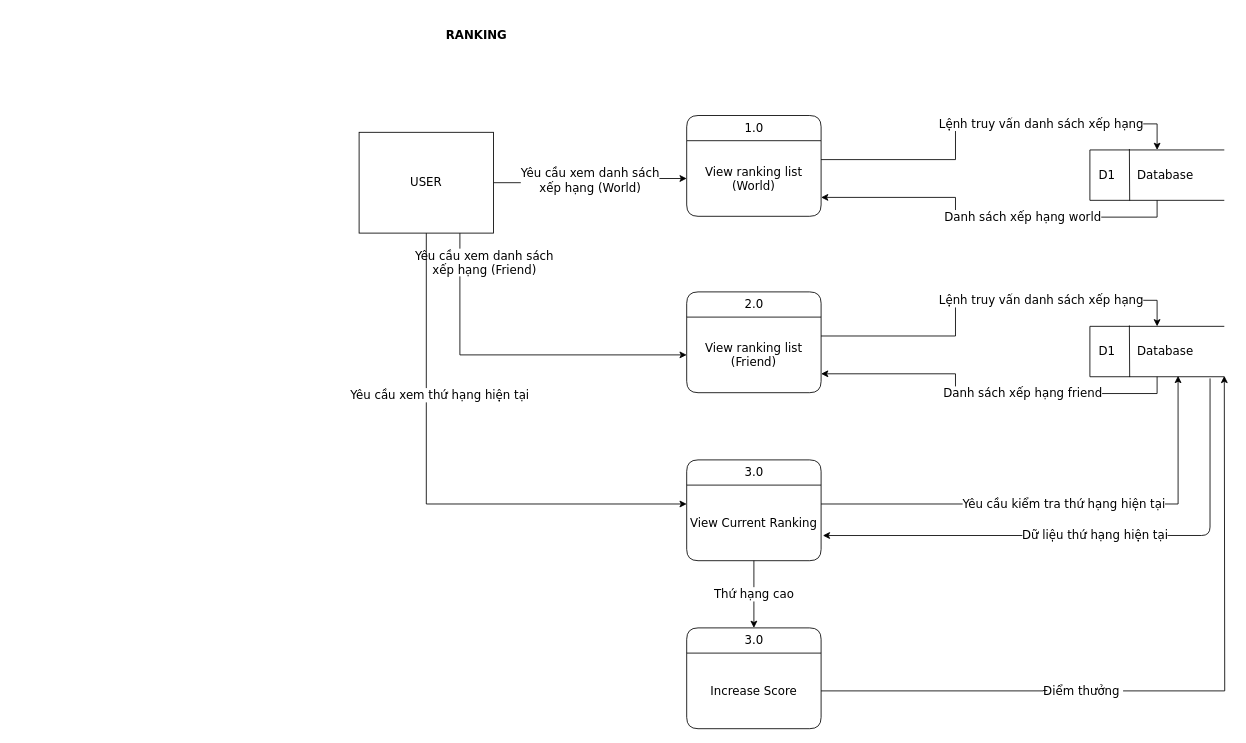
Above: ToDoApp-Doc/Document/Diagram/DFD/Ranking/Ranking.drawio in Merevoli-DatLuu/To-Do-App (draw.io), before the change. Source tidied: cells renumbered, new cells numbered last; positions are measured from the earlier drawing's top-left corner, leaving out a move shared by most shapes. Both pictures are drawn from the tidied source at 84%, with x=0, y=0 at pixel (359, 14).
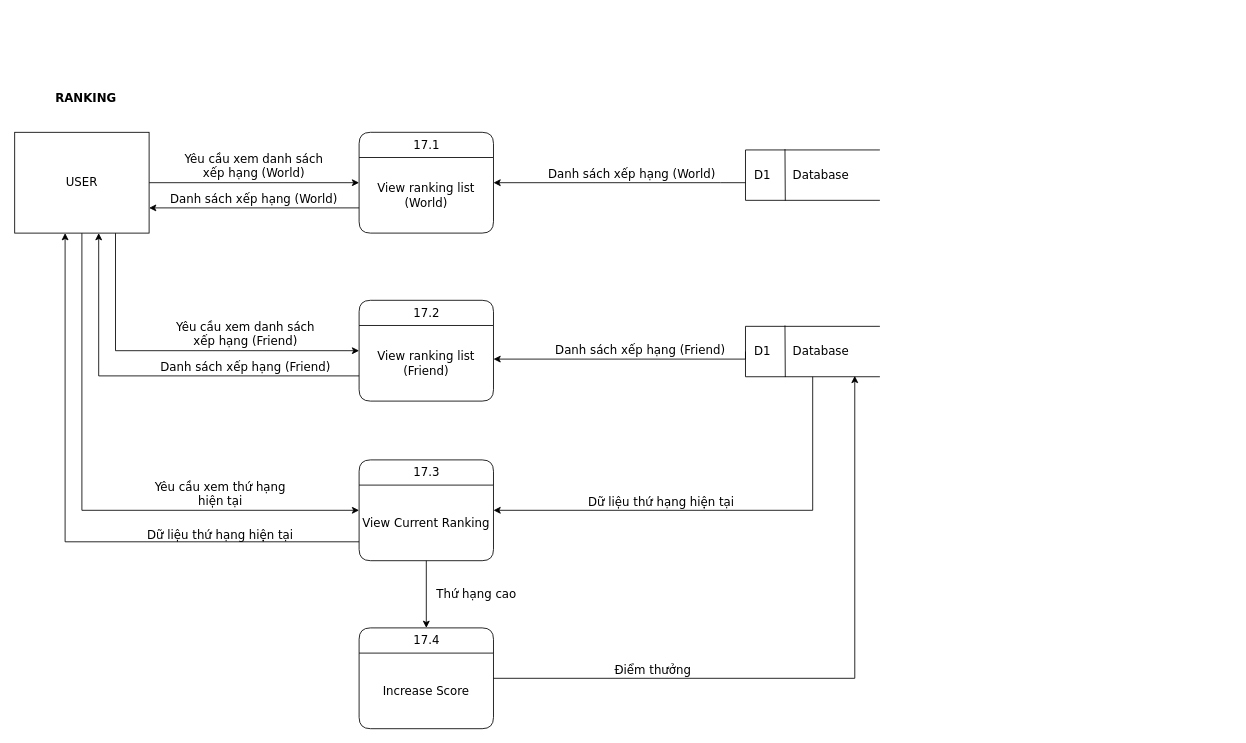
After the change.

The change refers to these unchanged cells:
```xml
<mxCell id="3" value="View ranking list&lt;br style=&quot;font-size: 14px;&quot;&gt;(World)" style="text;html=1;strokeColor=none;fillColor=none;align=center;verticalAlign=middle;whiteSpace=wrap;rounded=0;fontFamily=Verdana;fontSize=14;" parent="2" vertex="1">
  <mxGeometry y="30" width="160" height="90" as="geometry" />
</mxCell>
<mxCell id="9" value="&amp;nbsp; &amp;nbsp; &amp;nbsp; &amp;nbsp; &amp;nbsp; &amp;nbsp; &amp;nbsp; &amp;nbsp; &amp;nbsp; &amp;nbsp; &amp;nbsp; &amp;nbsp; &amp;nbsp; &amp;nbsp;&amp;nbsp;" style="strokeWidth=1;html=1;shape=mxgraph.flowchart.annotation_1;align=left;verticalAlign=bottom;fontFamily=Verdana;fontSize=14;" parent="8" vertex="1">
  <mxGeometry y="1" width="160" height="60" as="geometry" />
</mxCell>
<mxCell id="13" value="View ranking list&lt;br style=&quot;font-size: 14px;&quot;&gt;(Friend)" style="text;html=1;strokeColor=none;fillColor=none;align=center;verticalAlign=middle;whiteSpace=wrap;rounded=0;fontFamily=Verdana;fontSize=14;" parent="12" vertex="1">
  <mxGeometry y="30" width="160" height="90" as="geometry" />
</mxCell>
<mxCell id="15" value="View Current Ranking" style="text;html=1;strokeColor=none;fillColor=none;align=center;verticalAlign=middle;whiteSpace=wrap;rounded=0;fontFamily=Verdana;fontSize=14;" parent="14" vertex="1">
  <mxGeometry y="30" width="160" height="90" as="geometry" />
</mxCell>
<mxCell id="17" value="Increase Score" style="text;html=1;strokeColor=none;fillColor=none;align=center;verticalAlign=middle;whiteSpace=wrap;rounded=0;fontFamily=Verdana;fontSize=14;" parent="16" vertex="1">
  <mxGeometry y="30" width="160" height="90" as="geometry" />
</mxCell>
<mxCell id="22" value="&amp;nbsp; &amp;nbsp; &amp;nbsp; &amp;nbsp; &amp;nbsp; &amp;nbsp; &amp;nbsp; &amp;nbsp; &amp;nbsp; &amp;nbsp; &amp;nbsp; &amp;nbsp; &amp;nbsp; &amp;nbsp;&amp;nbsp;" style="strokeWidth=1;html=1;shape=mxgraph.flowchart.annotation_1;align=left;verticalAlign=bottom;fontFamily=Verdana;fontSize=14;" parent="21" vertex="1">
  <mxGeometry y="1" width="160" height="60" as="geometry" />
</mxCell>
```

The edit, as a diff of the source:
```diff
@@
+    <mxCell id="31" style="edgeStyle=orthogonalEdgeStyle;rounded=0;jettySize=auto;html=1;exitX=0;exitY=0.75;exitDx=0;exitDy=0;entryX=1;entryY=0.75;entryDx=0;entryDy=0;" parent="1" edge="1" source="2" target="7">
+      <mxGeometry relative="1" as="geometry" />
+    </mxCell>
-    <mxCell id="2" value="1.0" style="swimlane;horizontal=1;startSize=30;rounded=1;fontSize=14;fontStyle=0;strokeWidth=1;shadow=0;dashed=0;align=center;html=1;fontFamily=Verdana;" parent="1" vertex="1">
-      <mxGeometry x="390" y="120" width="160" height="120" as="geometry" />
+    <mxCell id="2" value="17.1" style="swimlane;horizontal=1;startSize=30;rounded=1;fontSize=14;fontStyle=0;strokeWidth=1;shadow=0;dashed=0;align=center;html=1;fontFamily=Verdana;" parent="1" vertex="1">
+      <mxGeometry y="140" width="160" height="120" as="geometry" />
     </mxCell>
@@
-    <mxCell id="4" value="Yêu cầu xem danh sách&lt;br style=&quot;font-size: 14px;&quot;&gt;xếp hạng (World)" style="edgeStyle=orthogonalEdgeStyle;rounded=0;jettySize=auto;html=1;exitX=1;exitY=0.5;exitDx=0;exitDy=0;entryX=0;entryY=0.5;entryDx=0;entryDy=0;fontFamily=Verdana;fontSize=14;" parent="1" edge="1" source="7" target="3">
-      <mxGeometry relative="1" as="geometry" />
-    </mxCell>
-    <mxCell id="5" value="Yêu cầu xem danh sách&lt;br style=&quot;font-size: 14px;&quot;&gt;xếp hạng (Friend)" style="edgeStyle=orthogonalEdgeStyle;rounded=0;jettySize=auto;html=1;exitX=0.75;exitY=1;exitDx=0;exitDy=0;entryX=0;entryY=0.5;entryDx=0;entryDy=0;fontFamily=Verdana;fontSize=14;" parent="1" edge="1" source="7" target="13">
-      <mxGeometry x="-0.16" y="110" relative="1" as="geometry" />
-    </mxCell>
-    <mxCell id="6" value="Yêu cầu xem thứ hạng hiện tại" style="edgeStyle=orthogonalEdgeStyle;rounded=0;jettySize=auto;html=1;exitX=0.5;exitY=1;exitDx=0;exitDy=0;entryX=0;entryY=0.25;entryDx=0;entryDy=0;fontFamily=Verdana;fontSize=14;" parent="1" edge="1" source="7" target="15">
-      <mxGeometry x="0.07" y="130" relative="1" as="geometry" />
-    </mxCell>
+    <mxCell id="32" style="edgeStyle=orthogonalEdgeStyle;rounded=0;jettySize=auto;html=1;entryX=0;entryY=0.5;entryDx=0;entryDy=0;" parent="1" edge="1" source="7" target="2">
+      <mxGeometry relative="1" as="geometry" />
+    </mxCell>
+    <mxCell id="33" style="edgeStyle=orthogonalEdgeStyle;rounded=0;jettySize=auto;html=1;exitX=0.75;exitY=1;exitDx=0;exitDy=0;entryX=0;entryY=0.5;entryDx=0;entryDy=0;" parent="1" edge="1" source="7" target="12">
+      <mxGeometry relative="1" as="geometry" />
+    </mxCell>
+    <mxCell id="34" style="edgeStyle=orthogonalEdgeStyle;rounded=0;jettySize=auto;html=1;exitX=0.5;exitY=1;exitDx=0;exitDy=0;entryX=0;entryY=0.5;entryDx=0;entryDy=0;" parent="1" edge="1" source="7" target="14">
+      <mxGeometry relative="1" as="geometry" />
+    </mxCell>
     <mxCell id="7" value="USER" style="rounded=0;whiteSpace=wrap;html=1;fontFamily=Verdana;fontSize=14;" parent="1" vertex="1">
-      <mxGeometry y="140" width="160" height="120" as="geometry" />
+      <mxGeometry x="-410" y="140" width="160" height="120" as="geometry" />
     </mxCell>
     <mxCell id="8" style="group;fontFamily=Verdana;fontSize=14;" parent="1" vertex="1">
-      <mxGeometry x="870" y="160" width="160" height="61" as="geometry" />
+      <mxGeometry x="460" y="160" width="160" height="61" as="geometry" />
     </mxCell>
@@
+    <mxCell id="35" style="edgeStyle=orthogonalEdgeStyle;rounded=0;jettySize=auto;html=1;entryX=0.625;entryY=1;entryDx=0;entryDy=0;entryPerimeter=0;" parent="1" edge="1" source="12" target="7">
+      <mxGeometry relative="1" as="geometry">
+        <Array as="points">
+          <mxPoint x="-310" y="430" />
+        </Array>
+      </mxGeometry>
+    </mxCell>
-    <mxCell id="12" value="2.0" style="swimlane;horizontal=1;startSize=30;rounded=1;fontSize=14;fontStyle=0;strokeWidth=1;shadow=0;dashed=0;align=center;html=1;fontFamily=Verdana;" parent="1" vertex="1">
-      <mxGeometry x="390" y="330" width="160" height="120" as="geometry" />
+    <mxCell id="12" value="17.2" style="swimlane;horizontal=1;startSize=30;rounded=1;fontSize=14;fontStyle=0;strokeWidth=1;shadow=0;dashed=0;align=center;html=1;fontFamily=Verdana;" parent="1" vertex="1">
+      <mxGeometry y="340" width="160" height="120" as="geometry" />
     </mxCell>
@@
-    <mxCell id="14" value="3.0" style="swimlane;horizontal=1;startSize=30;rounded=1;fontSize=14;fontStyle=0;strokeWidth=1;shadow=0;dashed=0;align=center;html=1;fontFamily=Verdana;" parent="1" vertex="1">
-      <mxGeometry x="390" y="530" width="160" height="120" as="geometry" />
+    <mxCell id="14" value="17.3" style="swimlane;horizontal=1;startSize=30;rounded=1;fontSize=14;fontStyle=0;strokeWidth=1;shadow=0;dashed=0;align=center;html=1;fontFamily=Verdana;" parent="1" vertex="1">
+      <mxGeometry y="530" width="160" height="120" as="geometry" />
     </mxCell>
@@
+    <mxCell id="36" style="edgeStyle=orthogonalEdgeStyle;rounded=0;jettySize=auto;html=1;exitX=1;exitY=0.5;exitDx=0;exitDy=0;entryX=0.813;entryY=0.983;entryDx=0;entryDy=0;entryPerimeter=0;" parent="1" edge="1" source="16" target="22">
+      <mxGeometry relative="1" as="geometry" />
+    </mxCell>
-    <mxCell id="16" value="3.0" style="swimlane;horizontal=1;startSize=30;rounded=1;fontSize=14;fontStyle=0;strokeWidth=1;shadow=0;dashed=0;align=center;html=1;fontFamily=Verdana;" parent="1" vertex="1">
-      <mxGeometry x="390" y="730" width="160" height="120" as="geometry" />
+    <mxCell id="16" value="17.4" style="swimlane;horizontal=1;startSize=30;rounded=1;fontSize=14;fontStyle=0;strokeWidth=1;shadow=0;dashed=0;align=center;html=1;fontFamily=Verdana;" parent="1" vertex="1">
+      <mxGeometry y="730" width="160" height="120" as="geometry" />
     </mxCell>
@@
     <mxCell id="18" value="RANKING" style="text;html=1;strokeColor=none;fillColor=none;align=center;verticalAlign=middle;whiteSpace=wrap;rounded=0;fontFamily=Verdana;fontSize=14;fontStyle=1;" parent="1" vertex="1">
-      <mxGeometry x="40" width="200" height="50" as="geometry" />
+      <mxGeometry x="-370" y="90" width="90" height="20" as="geometry" />
     </mxCell>
-    <mxCell id="19" value="Lệnh truy vấn danh sách xếp hạng" style="edgeStyle=orthogonalEdgeStyle;rounded=0;jettySize=auto;html=1;exitX=1;exitY=0.25;exitDx=0;exitDy=0;entryX=0.5;entryY=0;entryDx=0;entryDy=0;entryPerimeter=0;fontFamily=Verdana;fontSize=14;" parent="1" edge="1" source="3" target="9">
-      <mxGeometry x="0.28" relative="1" as="geometry">
-        <mxPoint x="1" as="offset" />
-      </mxGeometry>
-    </mxCell>
-    <mxCell id="20" value="Danh sách xếp hạng world" style="edgeStyle=orthogonalEdgeStyle;rounded=0;jettySize=auto;html=1;exitX=0.5;exitY=1;exitDx=0;exitDy=0;exitPerimeter=0;entryX=1;entryY=0.75;entryDx=0;entryDy=0;fontFamily=Verdana;fontSize=14;" parent="1" edge="1" source="9" target="3">
-      <mxGeometry x="-0.19" relative="1" as="geometry" />
-    </mxCell>
     <mxCell id="21" style="group;fontFamily=Verdana;fontSize=14;" parent="1" vertex="1">
-      <mxGeometry x="870" y="370" width="160" height="61" as="geometry" />
+      <mxGeometry x="460" y="370" width="160" height="61" as="geometry" />
     </mxCell>
@@
-    <mxCell id="25" value="Lệnh truy vấn danh sách xếp hạng" style="edgeStyle=orthogonalEdgeStyle;rounded=0;jettySize=auto;html=1;exitX=1;exitY=0.25;exitDx=0;exitDy=0;entryX=0.5;entryY=0;entryDx=0;entryDy=0;entryPerimeter=0;fontFamily=Verdana;fontSize=14;" parent="1" edge="1" source="13" target="22">
-      <mxGeometry x="0.28" relative="1" as="geometry">
-        <mxPoint x="1" as="offset" />
-      </mxGeometry>
-    </mxCell>
-    <mxCell id="26" value="Danh sách xếp hạng friend" style="edgeStyle=orthogonalEdgeStyle;rounded=0;jettySize=auto;html=1;exitX=0.5;exitY=1;exitDx=0;exitDy=0;exitPerimeter=0;entryX=1;entryY=0.75;entryDx=0;entryDy=0;fontFamily=Verdana;fontSize=14;" parent="1" edge="1" source="22" target="13">
-      <mxGeometry x="-0.19" relative="1" as="geometry" />
-    </mxCell>
-    <mxCell id="27" value="Yêu cầu kiểm tra thứ hạng hiện tại" style="edgeStyle=orthogonalEdgeStyle;rounded=0;jettySize=auto;html=1;exitX=1;exitY=0.25;exitDx=0;exitDy=0;entryX=0.656;entryY=0.983;entryDx=0;entryDy=0;entryPerimeter=0;fontFamily=Verdana;fontSize=14;" parent="1" edge="1" source="15" target="22">
-      <mxGeometry relative="1" as="geometry" />
-    </mxCell>
-    <mxCell id="28" value="Dữ liệu thứ hạng hiện tại" style="endArrow=classic;html=1;exitX=0.894;exitY=1.033;exitDx=0;exitDy=0;exitPerimeter=0;entryX=1.013;entryY=0.667;entryDx=0;entryDy=0;entryPerimeter=0;fontFamily=Verdana;fontSize=14;" parent="1" edge="1" source="22" target="15">
-      <mxGeometry relative="1" as="geometry">
-        <Array as="points">
-          <mxPoint x="1013" y="620" />
-        </Array>
-      </mxGeometry>
-    </mxCell>
+    <mxCell id="4" value="&lt;span style=&quot;font-family: &amp;#34;verdana&amp;#34; ; font-size: 14px ; background-color: rgb(255 , 255 , 255)&quot;&gt;Yêu cầu xem danh sách&lt;/span&gt;&lt;br style=&quot;font-family: &amp;#34;verdana&amp;#34; ; font-size: 14px&quot;&gt;&lt;span style=&quot;font-family: &amp;#34;verdana&amp;#34; ; font-size: 14px ; background-color: rgb(255 , 255 , 255)&quot;&gt;xếp hạng (World)&lt;/span&gt;" style="text;html=1;strokeColor=none;fillColor=none;align=center;verticalAlign=middle;whiteSpace=wrap;rounded=0;" parent="1" vertex="1">
+      <mxGeometry x="-210" y="160" width="170" height="40" as="geometry" />
+    </mxCell>
+    <mxCell id="37" style="edgeStyle=orthogonalEdgeStyle;rounded=0;jettySize=auto;html=1;entryX=1;entryY=0.5;entryDx=0;entryDy=0;" parent="1" edge="1" source="9" target="2">
+      <mxGeometry relative="1" as="geometry">
+        <Array as="points">
+          <mxPoint x="430" y="200" />
+          <mxPoint x="430" y="200" />
+        </Array>
+      </mxGeometry>
+    </mxCell>
+    <mxCell id="38" value="&lt;span style=&quot;font-family: &amp;#34;verdana&amp;#34; ; font-size: 14px ; background-color: rgb(255 , 255 , 255)&quot;&gt;Danh sách&amp;nbsp;&lt;/span&gt;&lt;span style=&quot;font-family: &amp;#34;verdana&amp;#34; ; font-size: 14px ; background-color: rgb(255 , 255 , 255)&quot;&gt;xếp hạng (World)&lt;/span&gt;" style="text;html=1;strokeColor=none;fillColor=none;align=center;verticalAlign=middle;whiteSpace=wrap;rounded=0;" parent="1" vertex="1">
+      <mxGeometry x="210" y="180" width="230" height="20" as="geometry" />
+    </mxCell>
+    <mxCell id="39" value="&lt;span style=&quot;font-family: &amp;#34;verdana&amp;#34; ; font-size: 14px ; background-color: rgb(255 , 255 , 255)&quot;&gt;Danh sách&amp;nbsp;&lt;/span&gt;&lt;span style=&quot;font-family: &amp;#34;verdana&amp;#34; ; font-size: 14px ; background-color: rgb(255 , 255 , 255)&quot;&gt;xếp hạng (World)&lt;/span&gt;" style="text;html=1;strokeColor=none;fillColor=none;align=center;verticalAlign=middle;whiteSpace=wrap;rounded=0;" parent="1" vertex="1">
+      <mxGeometry x="-240" y="210" width="230" height="20" as="geometry" />
+    </mxCell>
+    <mxCell id="5" value="&lt;span style=&quot;font-family: &amp;#34;verdana&amp;#34; ; font-size: 14px ; background-color: rgb(255 , 255 , 255)&quot;&gt;Yêu cầu xem danh sách&lt;/span&gt;&lt;br style=&quot;font-family: &amp;#34;verdana&amp;#34; ; font-size: 14px&quot;&gt;&lt;span style=&quot;font-family: &amp;#34;verdana&amp;#34; ; font-size: 14px ; background-color: rgb(255 , 255 , 255)&quot;&gt;xếp hạng (Friend)&lt;/span&gt;" style="text;html=1;strokeColor=none;fillColor=none;align=center;verticalAlign=middle;whiteSpace=wrap;rounded=0;" parent="1" vertex="1">
+      <mxGeometry x="-220" y="360" width="170" height="40" as="geometry" />
+    </mxCell>
+    <mxCell id="40" style="edgeStyle=orthogonalEdgeStyle;rounded=0;jettySize=auto;html=1;exitX=0;exitY=0.5;exitDx=0;exitDy=0;exitPerimeter=0;" parent="1" edge="1" source="22">
+      <mxGeometry relative="1" as="geometry">
+        <mxPoint x="160" y="410" as="targetPoint" />
+        <Array as="points">
+          <mxPoint x="460" y="410" />
+        </Array>
+      </mxGeometry>
+    </mxCell>
+    <mxCell id="41" value="&lt;span style=&quot;font-family: &amp;#34;verdana&amp;#34; ; font-size: 14px ; background-color: rgb(255 , 255 , 255)&quot;&gt;Danh sách&amp;nbsp;&lt;/span&gt;&lt;span style=&quot;font-family: &amp;#34;verdana&amp;#34; ; font-size: 14px ; background-color: rgb(255 , 255 , 255)&quot;&gt;xếp hạng (Friend)&lt;/span&gt;" style="text;html=1;strokeColor=none;fillColor=none;align=center;verticalAlign=middle;whiteSpace=wrap;rounded=0;" parent="1" vertex="1">
+      <mxGeometry x="220" y="390" width="230" height="20" as="geometry" />
+    </mxCell>
+    <mxCell id="42" value="&lt;span style=&quot;font-family: &amp;#34;verdana&amp;#34; ; font-size: 14px ; background-color: rgb(255 , 255 , 255)&quot;&gt;Danh sách&amp;nbsp;&lt;/span&gt;&lt;span style=&quot;font-family: &amp;#34;verdana&amp;#34; ; font-size: 14px ; background-color: rgb(255 , 255 , 255)&quot;&gt;xếp hạng (Friend)&lt;/span&gt;" style="text;html=1;strokeColor=none;fillColor=none;align=center;verticalAlign=middle;whiteSpace=wrap;rounded=0;" parent="1" vertex="1">
+      <mxGeometry x="-250" y="410" width="230" height="20" as="geometry" />
+    </mxCell>
+    <mxCell id="6" value="&lt;span style=&quot;font-family: &amp;#34;verdana&amp;#34; ; font-size: 14px ; background-color: rgb(255 , 255 , 255)&quot;&gt;Yêu cầu xem thứ hạng hiện tại&lt;/span&gt;" style="text;html=1;strokeColor=none;fillColor=none;align=center;verticalAlign=middle;whiteSpace=wrap;rounded=0;" parent="1" vertex="1">
+      <mxGeometry x="-250" y="550" width="170" height="40" as="geometry" />
+    </mxCell>
+    <mxCell id="43" style="edgeStyle=orthogonalEdgeStyle;rounded=0;jettySize=auto;html=1;exitX=0.5;exitY=1;exitDx=0;exitDy=0;exitPerimeter=0;entryX=1;entryY=0.5;entryDx=0;entryDy=0;" parent="1" edge="1" source="22" target="14">
+      <mxGeometry relative="1" as="geometry" />
+    </mxCell>
+    <mxCell id="44" value="&lt;font face=&quot;verdana&quot;&gt;&lt;span style=&quot;font-size: 14px ; background-color: rgb(255 , 255 , 255)&quot;&gt;Dữ liệu thứ hạng hiện tại&lt;/span&gt;&lt;/font&gt;" style="text;html=1;strokeColor=none;fillColor=none;align=center;verticalAlign=middle;whiteSpace=wrap;rounded=0;" parent="1" vertex="1">
+      <mxGeometry x="270" y="570" width="180" height="20" as="geometry" />
+    </mxCell>
+    <mxCell id="45" style="edgeStyle=orthogonalEdgeStyle;rounded=0;jettySize=auto;html=1;entryX=0.5;entryY=0;entryDx=0;entryDy=0;" parent="1" edge="1" source="15" target="16">
+      <mxGeometry relative="1" as="geometry" />
+    </mxCell>
-    <mxCell id="29" value="Thứ hạng cao" style="edgeStyle=orthogonalEdgeStyle;rounded=0;jettySize=auto;html=1;exitX=0.5;exitY=1;exitDx=0;exitDy=0;entryX=0.5;entryY=0;entryDx=0;entryDy=0;fontFamily=Verdana;fontSize=14;" parent="1" edge="1" source="15" target="16">
-      <mxGeometry relative="1" as="geometry" />
+    <mxCell id="29" value="&lt;font face=&quot;verdana&quot;&gt;&lt;span style=&quot;font-size: 14px ; background-color: rgb(255 , 255 , 255)&quot;&gt;Thứ hạng cao&lt;/span&gt;&lt;/font&gt;" style="text;html=1;strokeColor=none;fillColor=none;align=center;verticalAlign=middle;whiteSpace=wrap;rounded=0;" parent="1" vertex="1">
+      <mxGeometry x="90" y="680" width="100" height="20" as="geometry" />
     </mxCell>
-    <mxCell id="30" value="Điểm thưởng&amp;nbsp;" style="edgeStyle=orthogonalEdgeStyle;rounded=0;jettySize=auto;html=1;exitX=1;exitY=0.5;exitDx=0;exitDy=0;fontFamily=Verdana;fontSize=14;" parent="1" edge="1" source="17">
-      <mxGeometry x="-0.27" relative="1" as="geometry">
-        <mxPoint x="1030" y="430" as="targetPoint" />
-      </mxGeometry>
+    <mxCell id="30" value="&lt;font face=&quot;verdana&quot;&gt;&lt;span style=&quot;font-size: 14px ; background-color: rgb(255 , 255 , 255)&quot;&gt;Điểm thưởng&lt;/span&gt;&lt;/font&gt;" style="text;html=1;strokeColor=none;fillColor=none;align=center;verticalAlign=middle;whiteSpace=wrap;rounded=0;" parent="1" vertex="1">
+      <mxGeometry x="300" y="770" width="100" height="20" as="geometry" />
     </mxCell>
+    <mxCell id="46" value="&lt;font face=&quot;verdana&quot;&gt;&lt;span style=&quot;font-size: 14px ; background-color: rgb(255 , 255 , 255)&quot;&gt;Dữ liệu thứ hạng hiện tại&lt;/span&gt;&lt;/font&gt;" style="text;html=1;strokeColor=none;fillColor=none;align=center;verticalAlign=middle;whiteSpace=wrap;rounded=0;" parent="1" vertex="1">
+      <mxGeometry x="-255" y="610" width="180" height="20" as="geometry" />
+    </mxCell>
+    <mxCell id="47" style="edgeStyle=orthogonalEdgeStyle;rounded=0;jettySize=auto;html=1;exitX=0;exitY=0.75;exitDx=0;exitDy=0;entryX=0.375;entryY=1;entryDx=0;entryDy=0;entryPerimeter=0;" parent="1" edge="1" source="15" target="7">
+      <mxGeometry relative="1" as="geometry" />
+    </mxCell>
```
